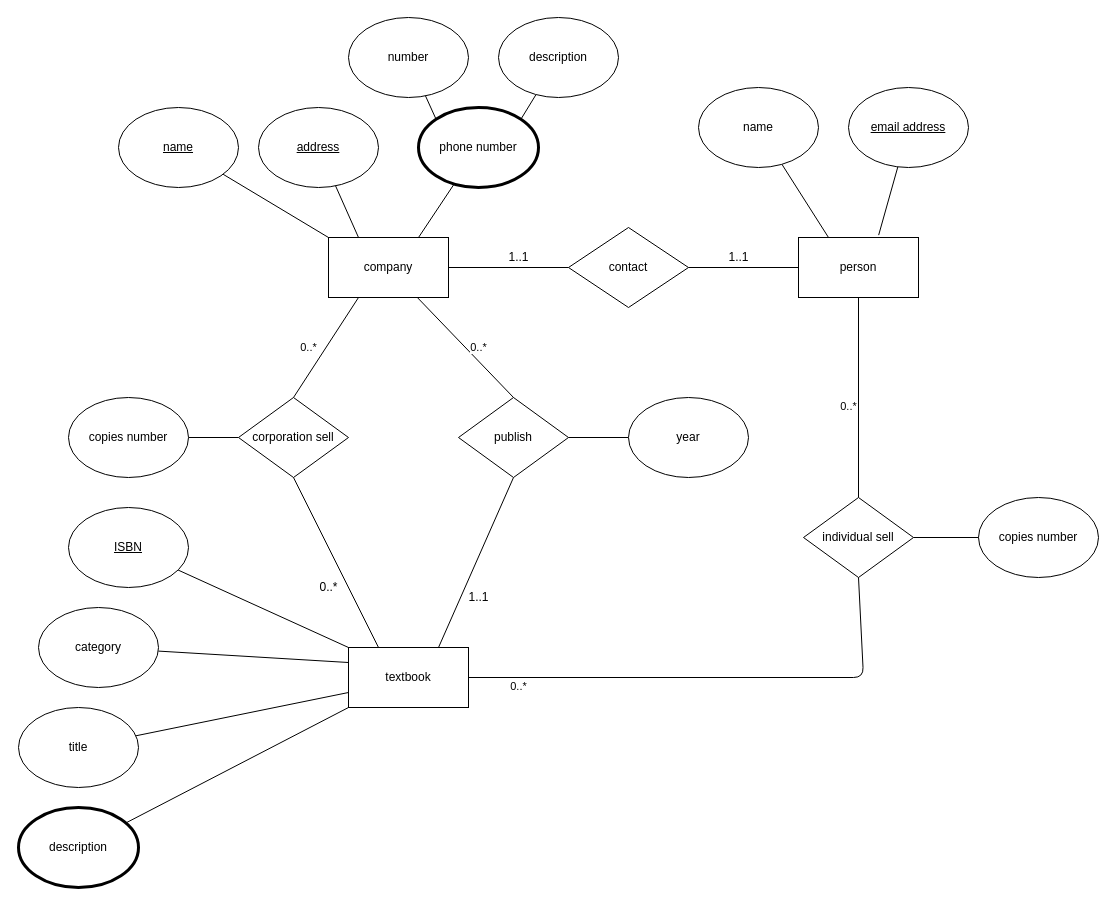
Earlier version of the draw.io diagram hw1_p1 Diagram.drawio (lovelyfrog/DatabaseSystem). Source tidied: cells renumbered, new cells numbered last; positions are measured from the earlier drawing's top-left corner, leaving out a move shared by most shapes. Both pictures are drawn from the tidied source at 100%, with x=0, y=0 at pixel (18, 17).
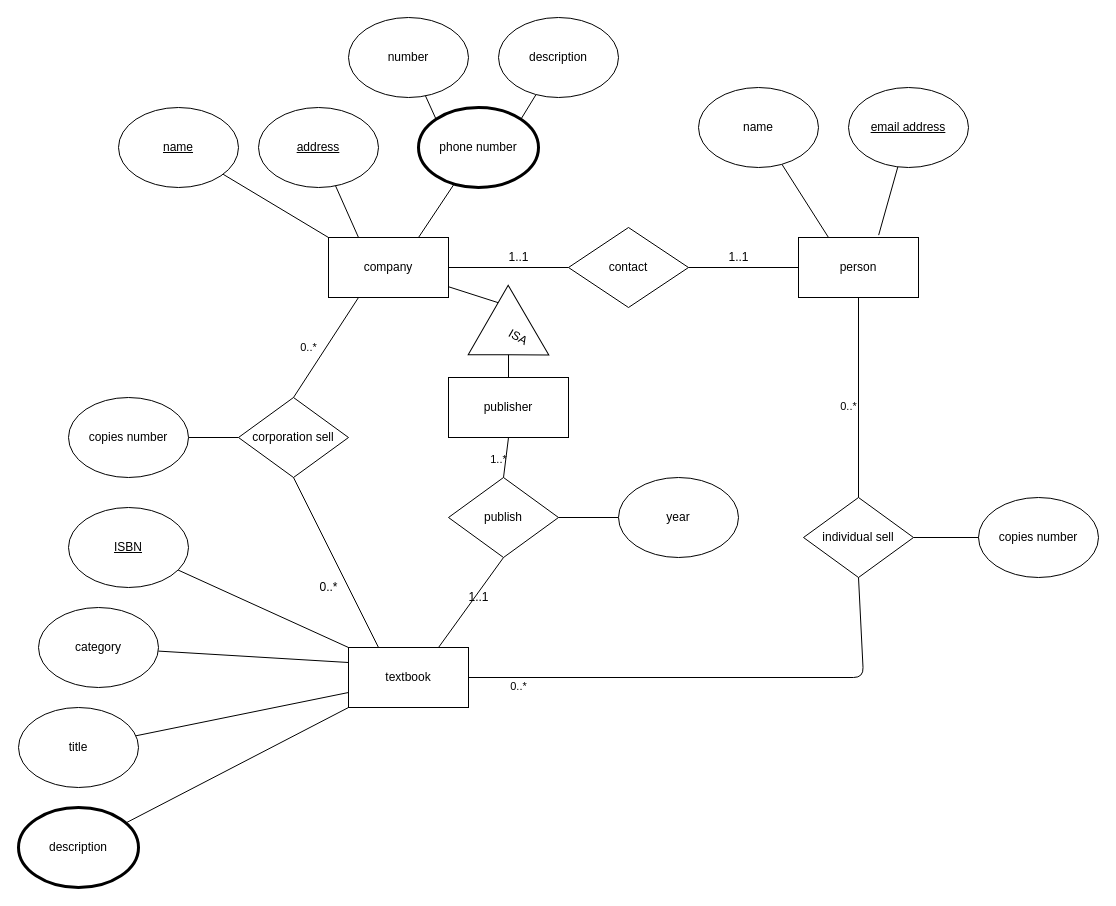
Above is the later version.

Unchanged cells that the change refers to:
```xml
<mxCell id="11" value="company" style="rounded=0;whiteSpace=wrap;html=1;strokeWidth=1;" parent="1" vertex="1">
  <mxGeometry x="310" y="220" width="120" height="60" as="geometry" />
</mxCell>
```

What changed in the source:
```diff
@@
     <mxCell id="37" value="publish" style="rhombus;whiteSpace=wrap;html=1;" parent="1" vertex="1">
-      <mxGeometry x="440" y="380" width="110" height="80" as="geometry" />
+      <mxGeometry x="430" y="460" width="110" height="80" as="geometry" />
     </mxCell>
-    <mxCell id="38" style="endArrow=none;html=1;exitX=0.5;exitY=0;exitDx=0;exitDy=0;" parent="1" edge="1" source="37" target="11">
+    <mxCell id="38" style="endArrow=none;html=1;exitX=0;exitY=0.25;exitDx=0;exitDy=0;" parent="1" edge="1" source="53" target="11">
       <mxGeometry relative="1" as="geometry" />
     </mxCell>
@@
     <mxCell id="43" value="year" style="ellipse;whiteSpace=wrap;html=1;" parent="1" vertex="1">
-      <mxGeometry x="610" y="380" width="120" height="80" as="geometry" />
+      <mxGeometry x="600" y="460" width="120" height="80" as="geometry" />
     </mxCell>
@@
-    <mxCell id="51" value="0..*" style="edgeLabel;html=1;align=center;verticalAlign=middle;" parent="1" vertex="1">
-      <mxGeometry x="320" y="358.7" as="geometry">
+    <mxCell id="51" value="1..*" style="edgeLabel;html=1;align=center;verticalAlign=middle;" parent="1" vertex="1">
+      <mxGeometry x="340" y="470" as="geometry">
         <mxPoint x="139" y="-29" as="offset" />
       </mxGeometry>
     </mxCell>
@@
+    <mxCell id="53" value="ISA" style="triangle;whiteSpace=wrap;html=1;rotation=30;" parent="1" vertex="1">
+      <mxGeometry x="465" y="280" width="70" height="80" as="geometry" />
+    </mxCell>
+    <mxCell id="54" value="publisher" style="rounded=0;whiteSpace=wrap;html=1;" parent="1" vertex="1">
+      <mxGeometry x="430" y="360" width="120" height="60" as="geometry" />
+    </mxCell>
+    <mxCell id="55" style="endArrow=none;html=1;exitX=0.5;exitY=0;exitDx=0;exitDy=0;entryX=0.5;entryY=1;entryDx=0;entryDy=0;" parent="1" edge="1" source="54" target="53">
+      <mxGeometry relative="1" as="geometry" />
+    </mxCell>
+    <mxCell id="56" style="endArrow=none;html=1;exitX=0.5;exitY=0;exitDx=0;exitDy=0;entryX=0.5;entryY=1;entryDx=0;entryDy=0;" parent="1" edge="1" source="37" target="54">
+      <mxGeometry relative="1" as="geometry" />
+    </mxCell>
```
